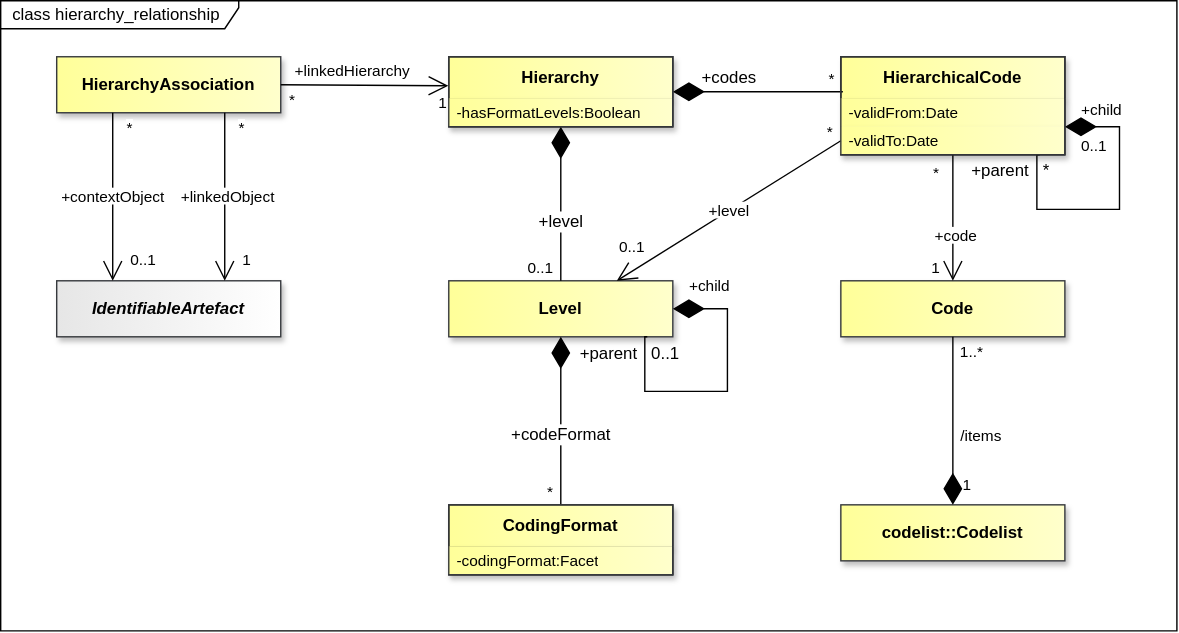
Earlier version of the draw.io export docs/information_model/media/sdmx_codelist-hierarchy_relationship.svg (sdmx-twg/sdmx-im). Source tidied: cells renumbered, new cells last; positions are measured from the earlier drawing's top-left corner, leaving out a move shared by most shapes.
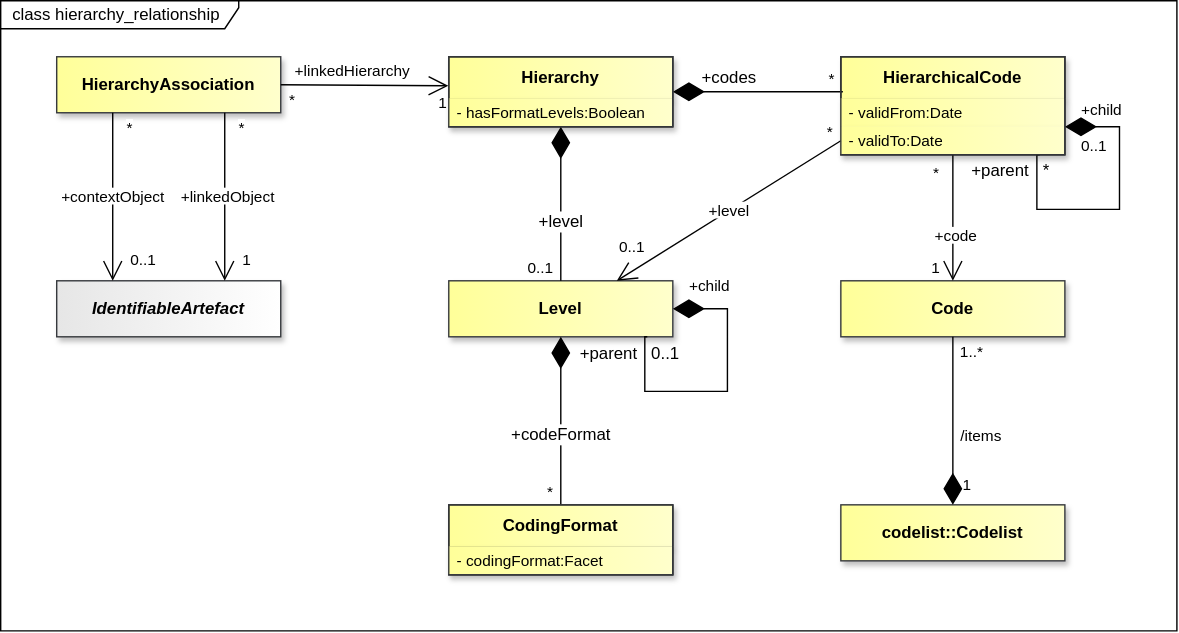
Later version of the same file.

Change to the diagram source:
```diff
@@ -59,13 +59,13 @@
     <mxCell id="18" value="Hierarchy" style="swimlane;fontStyle=1;align=center;verticalAlign=middle;horizontal=1;startSize=30;whiteSpace=wrap;html=1;fillColor=light-dark(#FFFF99,#FFFF99);strokeColor=light-dark(#000000,#000000);gradientDirection=east;swimlaneLine=1;fontColor=light-dark(#000000,#000000);labelBackgroundColor=none;textShadow=0;gradientColor=light-dark(#FFFFCC,#FFFFCC);shadow=1;" parent="1" vertex="1">
       <mxGeometry x="320" y="40" width="160" height="50" as="geometry" />
     </mxCell>
-    <mxCell id="19" value="-hasFormatLevels:Boolean" style="text;strokeColor=none;fillColor=light-dark(#FFFF99,#FFFF99);align=left;verticalAlign=middle;spacingLeft=4;spacingRight=4;overflow=hidden;whiteSpace=wrap;html=1;fontFamily=Helvetica;fontSize=11;fontColor=light-dark(#000000,#000000);gradientColor=light-dark(#FFFFCC,#FFFFCC);gradientDirection=east;shadow=1;" parent="18" vertex="1">
+    <mxCell id="19" value="- hasFormatLevels:Boolean" style="text;strokeColor=none;fillColor=light-dark(#FFFF99,#FFFF99);align=left;verticalAlign=middle;spacingLeft=4;spacingRight=4;overflow=hidden;whiteSpace=wrap;html=1;fontFamily=Helvetica;fontSize=11;fontColor=light-dark(#000000,#000000);gradientColor=light-dark(#FFFFCC,#FFFFCC);gradientDirection=east;shadow=1;" parent="18" vertex="1">
       <mxGeometry y="30" width="160" height="20" as="geometry" />
     </mxCell>
     <mxCell id="20" value="CodingFormat" style="swimlane;fontStyle=1;align=center;verticalAlign=middle;horizontal=1;startSize=30;whiteSpace=wrap;html=1;fillColor=light-dark(#FFFF99,#FFFF99);strokeColor=light-dark(#000000,#000000);gradientDirection=east;swimlaneLine=1;fontColor=light-dark(#000000,#000000);labelBackgroundColor=none;textShadow=0;gradientColor=light-dark(#FFFFCC,#FFFFCC);shadow=1;" parent="1" vertex="1">
       <mxGeometry x="320" y="360" width="160" height="50" as="geometry" />
     </mxCell>
-    <mxCell id="21" value="-codingFormat:Facet" style="text;strokeColor=none;fillColor=light-dark(#FFFF99,#FFFF99);align=left;verticalAlign=middle;spacingLeft=4;spacingRight=4;overflow=hidden;whiteSpace=wrap;html=1;fontFamily=Helvetica;fontSize=11;fontColor=light-dark(#000000,#000000);gradientColor=light-dark(#FFFFCC,#FFFFCC);gradientDirection=east;shadow=1;" parent="20" vertex="1">
+    <mxCell id="21" value="- codingFormat:Facet" style="text;strokeColor=none;fillColor=light-dark(#FFFF99,#FFFF99);align=left;verticalAlign=middle;spacingLeft=4;spacingRight=4;overflow=hidden;whiteSpace=wrap;html=1;fontFamily=Helvetica;fontSize=11;fontColor=light-dark(#000000,#000000);gradientColor=light-dark(#FFFFCC,#FFFFCC);gradientDirection=east;shadow=1;" parent="20" vertex="1">
       <mxGeometry y="30" width="160" height="20" as="geometry" />
     </mxCell>
     <mxCell id="22" style="endArrow=none;html=1;endSize=12;startArrow=diamondThin;startSize=20;startFill=1;edgeStyle=orthogonalEdgeStyle;rounded=0;endFill=0;strokeColor=light-dark(#000000,#FFFFFF);fontColor=light-dark(#000000,#FFFFFF);labelBackgroundColor=none;entryX=0.886;entryY=1;entryDx=0;entryDy=0;exitX=1;exitY=0.5;exitDx=0;exitDy=0;innerLoopWaypoints=1;entryPerimeter=0;" parent="1" edge="1" source="10" target="10">
@@ -90,10 +90,10 @@
     <mxCell id="25" value="HierarchicalCode" style="swimlane;fontStyle=1;align=center;verticalAlign=middle;horizontal=1;startSize=30;whiteSpace=wrap;html=1;fillColor=light-dark(#FFFF99,#FFFF99);strokeColor=light-dark(#000000,#000000);gradientDirection=east;swimlaneLine=1;fontColor=light-dark(#000000,#000000);labelBackgroundColor=none;textShadow=0;gradientColor=light-dark(#FFFFCC,#FFFFCC);shadow=1;" parent="1" vertex="1">
       <mxGeometry x="600" y="40" width="160" height="70" as="geometry" />
     </mxCell>
-    <mxCell id="26" value="-validFrom:Date" style="text;strokeColor=none;fillColor=light-dark(#FFFF99,#FFFF99);align=left;verticalAlign=middle;spacingLeft=4;spacingRight=4;overflow=hidden;whiteSpace=wrap;html=1;fontFamily=Helvetica;fontSize=11;fontColor=light-dark(#000000,#000000);gradientColor=light-dark(#FFFFCC,#FFFFCC);gradientDirection=east;shadow=1;" parent="25" vertex="1">
+    <mxCell id="26" value="- validFrom:Date" style="text;strokeColor=none;fillColor=light-dark(#FFFF99,#FFFF99);align=left;verticalAlign=middle;spacingLeft=4;spacingRight=4;overflow=hidden;whiteSpace=wrap;html=1;fontFamily=Helvetica;fontSize=11;fontColor=light-dark(#000000,#000000);gradientColor=light-dark(#FFFFCC,#FFFFCC);gradientDirection=east;shadow=1;" parent="25" vertex="1">
       <mxGeometry y="30" width="160" height="20" as="geometry" />
     </mxCell>
-    <mxCell id="27" value="-validTo:Date" style="text;strokeColor=none;fillColor=light-dark(#FFFF99,#FFFF99);align=left;verticalAlign=middle;spacingLeft=4;spacingRight=4;overflow=hidden;points=[[0,0.5],[1,0.5]];portConstraint=eastwest;whiteSpace=wrap;html=1;fontFamily=Helvetica;fontSize=11;fontColor=light-dark(#000000,#000000);gradientColor=light-dark(#FFFFCC,#FFFFCC);gradientDirection=east;shadow=1;" parent="25" vertex="1">
+    <mxCell id="27" value="- validTo:Date" style="text;strokeColor=none;fillColor=light-dark(#FFFF99,#FFFF99);align=left;verticalAlign=middle;spacingLeft=4;spacingRight=4;overflow=hidden;points=[[0,0.5],[1,0.5]];portConstraint=eastwest;whiteSpace=wrap;html=1;fontFamily=Helvetica;fontSize=11;fontColor=light-dark(#000000,#000000);gradientColor=light-dark(#FFFFCC,#FFFFCC);gradientDirection=east;shadow=1;" parent="25" vertex="1">
       <mxGeometry y="50" width="160" height="20" as="geometry" />
     </mxCell>
     <mxCell id="28" value="IdentifiableArtefact" style="whiteSpace=wrap;html=1;verticalAlign=middle;gradientDirection=east;imageVerticalAlign=top;fontStyle=3;fillColor=light-dark(#E6E6E6,#E6E6E6);strokeColor=#36393d;fontColor=light-dark(#000000,#000000);gradientColor=light-dark(#FFFFFF,#FFFFFF);shadow=1;" parent="1" vertex="1">
```
